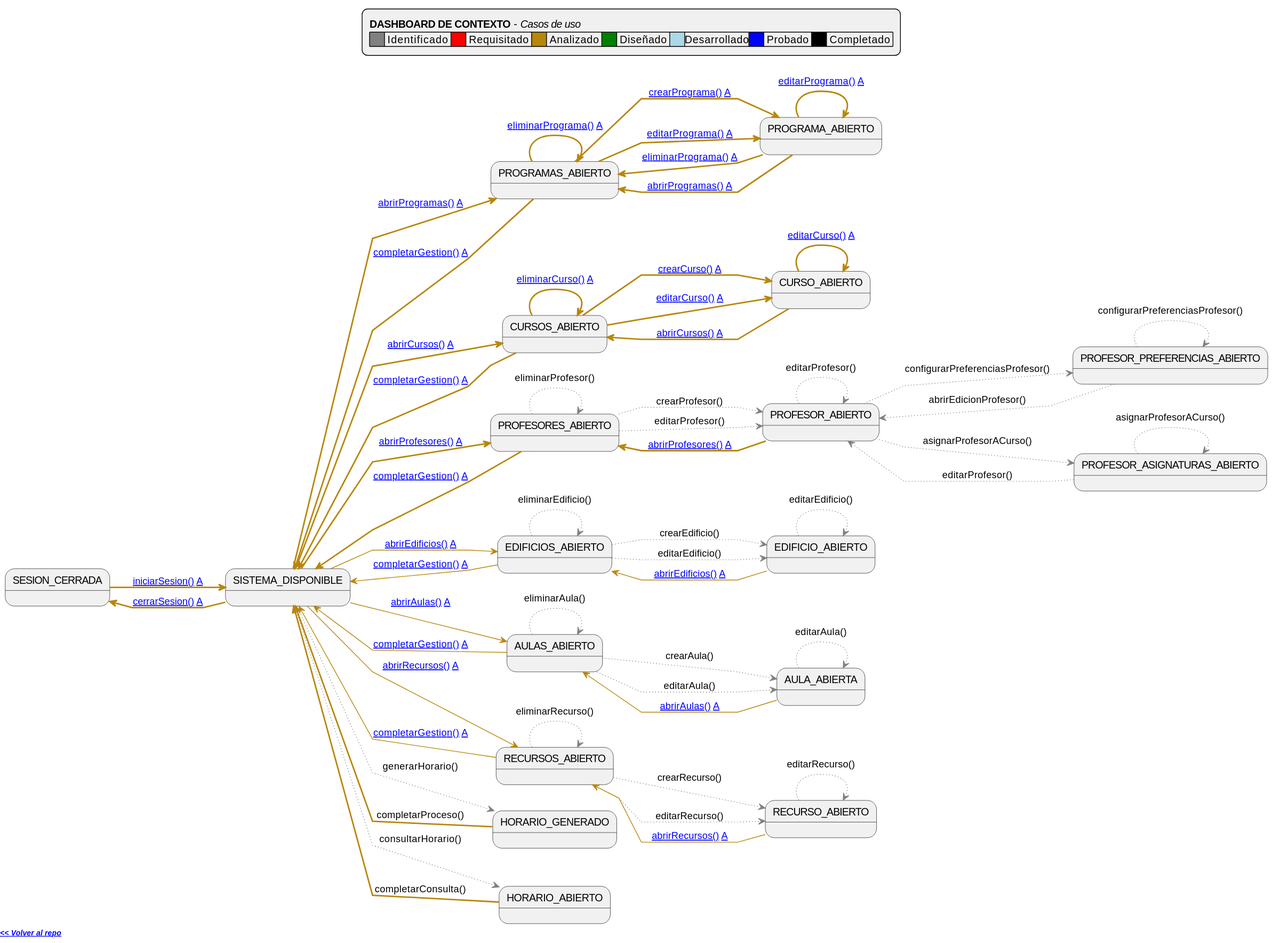
Earlier version of the PlantUML export images/RUP/99-seguimiento/diagrama-contexto-administrador.svg (Hexcss/scheduler).
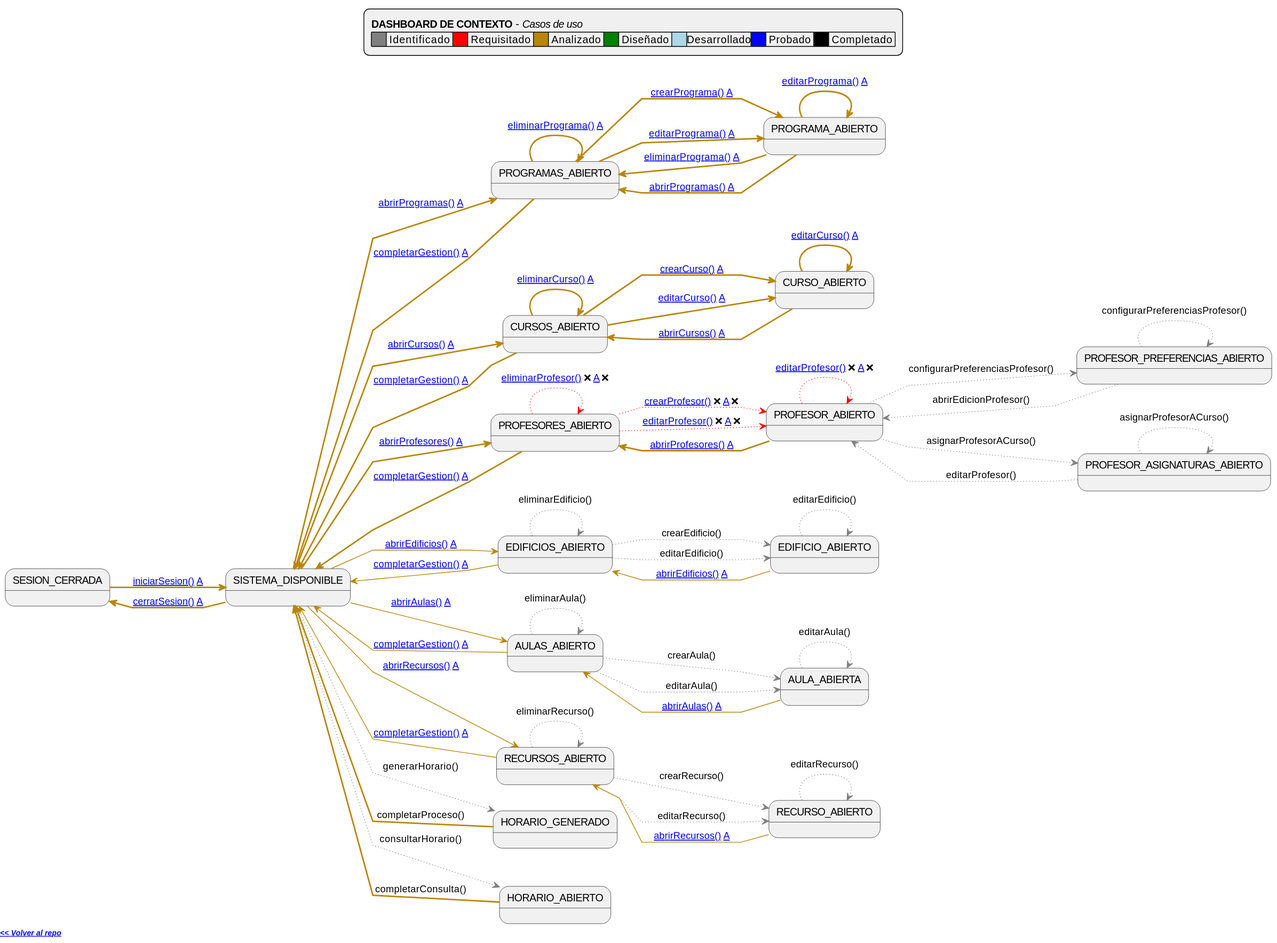
Above is the later version.

Diff of the diagram source:
```diff
@@ -70,10 +70,10 @@
 ListCursos -[#darkgoldenrod,thickness=2]-> ListCursos: [[https://github.com/mmasias/pySigHor/blob/main/RUP/00-casos-uso/02-detalle/eliminarCurso/README.md eliminarCurso()]] [[https://github.com/mmasias/pySigHor/blob/main/RUP/01-analisis/casos-uso/eliminarCurso/README.md A]]
 EditCurso -[#darkgoldenrod,thickness=2]-> EditCurso: [[https://github.com/mmasias/pySigHor/blob/main/RUP/00-casos-uso/02-detalle/editarCurso/README.md editarCurso()]] [[https://github.com/mmasias/pySigHor/blob/main/RUP/01-analisis/casos-uso/editarCurso/README.md A]]
 EditCurso -[#darkgoldenrod,thickness=2]-> ListCursos: [[https://github.com/mmasias/pySigHor/blob/main/RUP/00-casos-uso/02-detalle/abrirCursos/README.md abrirCursos()]] [[https://github.com/mmasias/pySigHor/blob/main/RUP/01-analisis/casos-uso/abrirCursos/README.md A]]
-ListProfesores -[#gray,dotted]-> EditProfesor: crearProfesor()
-ListProfesores -[#gray,dotted]-> EditProfesor: editarProfesor()
-ListProfesores -[#gray,dotted]-> ListProfesores: eliminarProfesor()
-EditProfesor -[#gray,dotted]-> EditProfesor: editarProfesor()
+ListProfesores -[#red,dotted]-> EditProfesor: [[https://github.com/mmasias/pySigHor/blob/main/RUP/00-casos-uso/02-detalle/crearProfesor/README.md crearProfesor()]] ❌ [[https://github.com/mmasias/pySigHor/blob/main/RUP/01-analisis/casos-uso/crearProfesor/README.md A]] ❌
+ListProfesores -[#red,dotted]-> EditProfesor: [[https://github.com/mmasias/pySigHor/blob/main/RUP/00-casos-uso/02-detalle/editarProfesor/README.md editarProfesor()]] ❌ [[https://github.com/mmasias/pySigHor/blob/main/RUP/01-analisis/casos-uso/editarProfesor/README.md A]] ❌
+ListProfesores -[#red,dotted]-> ListProfesores: [[https://github.com/mmasias/pySigHor/blob/main/RUP/00-casos-uso/02-detalle/eliminarProfesor/README.md eliminarProfesor()]] ❌ [[https://github.com/mmasias/pySigHor/blob/main/RUP/01-analisis/casos-uso/eliminarProfesor/README.md A]] ❌
+EditProfesor -[#red,dotted]-> EditProfesor: [[https://github.com/mmasias/pySigHor/blob/main/RUP/00-casos-uso/02-detalle/editarProfesor/README.md editarProfesor()]] ❌ [[https://github.com/mmasias/pySigHor/blob/main/RUP/01-analisis/casos-uso/editarProfesor/README.md A]] ❌
 EditProfesor -[#gray,dotted]-> EditProfesorPreferencias: configurarPreferenciasProfesor()
 EditProfesor -[#darkgoldenrod,thickness=2]-> ListProfesores: [[https://github.com/mmasias/pySigHor/blob/main/RUP/00-casos-uso/02-detalle/abrirProfesores/README.md abrirProfesores()]] [[https://github.com/mmasias/pySigHor/blob/main/RUP/01-analisis/casos-uso/abrirProfesores/README.md A]]
 EditProfesorPreferencias -[#gray,dotted]-> EditProfesorPreferencias: configurarPreferenciasProfesor()
```
